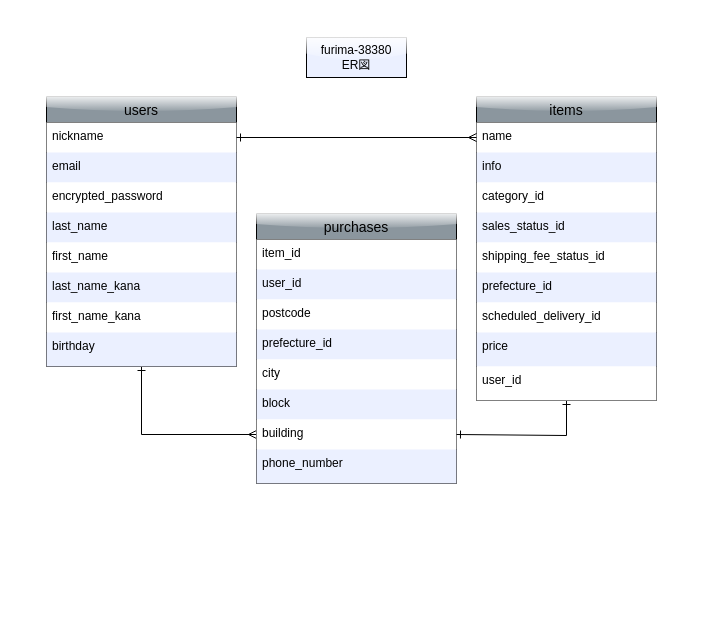
Before: furima.dio in shota13138380/furima-38380, a draw.io diagram. Source tidied: cells renumbered, new cells numbered last; positions are measured from the earlier drawing's top-left corner, leaving out a move shared by most shapes. Both pictures are drawn from the tidied source at 100%, with x=0, y=0 at pixel (17, 17).
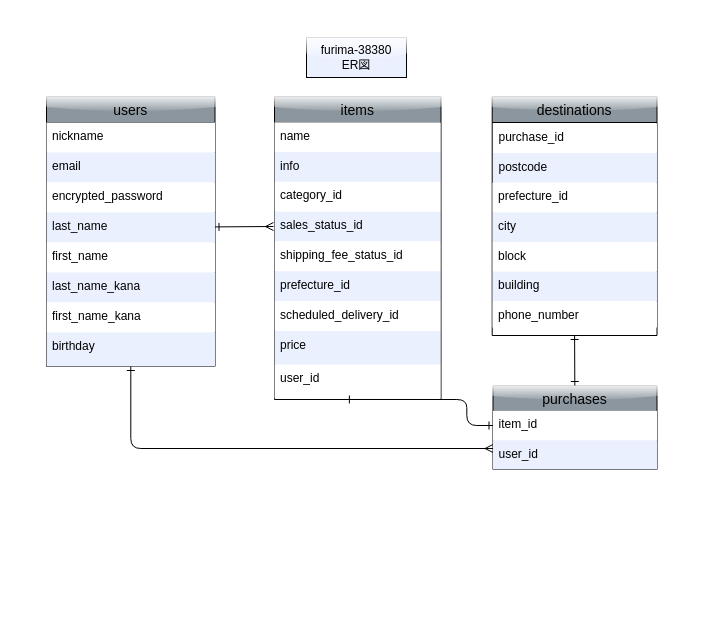
The same diagram, later.

The edit, as a diff of the source:
```diff
@@
-<mxGraphModel background="#FFFFFF">
+<mxGraphModel background="#ffffff">
@@
     <mxCell id="2" style="group;" parent="1" vertex="1">
-      <mxGeometry x="-0.5" width="679" height="500" as="geometry" />
+      <mxGeometry x="-0.5" width="679" height="605" as="geometry" />
     </mxCell>
+    <mxCell id="36" style="group;" parent="2" vertex="1">
+      <mxGeometry width="679" height="500" as="geometry" />
+    </mxCell>
-    <mxCell id="3" style="rounded=0;whiteSpace=wrap;html=1;shadow=0;glass=1;fontColor=#000000;strokeColor=none;fillColor=none;gradientColor=none;" parent="2" vertex="1">
-      <mxGeometry width="679" height="500" as="geometry" />
+    <mxCell id="3" style="rounded=0;whiteSpace=wrap;html=1;shadow=0;glass=1;fontColor=#000000;strokeColor=none;fillColor=none;gradientColor=none;" parent="36" vertex="1">
+      <mxGeometry width="670" height="484" as="geometry" />
     </mxCell>
+    <mxCell id="8" value="furima-38380&lt;br&gt;ER図" style="whiteSpace=wrap;html=1;align=center;rounded=0;shadow=0;glass=1;fontColor=#000000;strokeColor=#000000;fillColor=#EBF0FF;gradientColor=none;" parent="36" vertex="1">
+      <mxGeometry x="289.5" y="20" width="100" height="40" as="geometry" />
+    </mxCell>
+    <mxCell id="37" style="group;" parent="36" vertex="1">
+      <mxGeometry x="473.5" y="79" width="166.5" height="241" as="geometry" />
+    </mxCell>
+    <mxCell id="5" value="destinations" style="swimlane;fontStyle=0;horizontal=1;startSize=26;align=center;fontSize=14;rounded=0;shadow=0;glass=1;fillColor=#8B969E;fontColor=#000000;strokeColor=#000000;" parent="37" vertex="1">
+      <mxGeometry x="1.7" width="164.8" height="239" as="geometry" />
+    </mxCell>
+    <mxCell id="38" style="group;" parent="36" vertex="1">
+      <mxGeometry x="476" y="368" width="164" height="84" as="geometry" />
+    </mxCell>
+    <mxCell id="39" value="purchases" style="swimlane;fontStyle=0;horizontal=1;startSize=26;align=center;fontSize=14;rounded=0;shadow=0;glass=1;fillColor=#8B969E;fontColor=#000000;strokeColor=#000000;" parent="38" vertex="1">
+      <mxGeometry width="164" height="84" as="geometry" />
+    </mxCell>
+    <mxCell id="40" value="item_id" style="text;strokeColor=none;fillColor=#ffffff;spacingLeft=4;spacingRight=4;overflow=hidden;points=[[0,0.5],[1,0.5]];portConstraint=eastwest;fontSize=12;fontColor=#000000;rounded=0;" parent="38" vertex="1">
+      <mxGeometry y="25.4" width="164" height="29.3" as="geometry" />
+    </mxCell>
+    <mxCell id="41" value="user_id" style="text;strokeColor=none;fillColor=#EBF0FF;spacingLeft=4;spacingRight=4;overflow=hidden;fontSize=12;fontColor=#000000;gradientColor=none;rounded=0;" parent="38" vertex="1">
+      <mxGeometry y="54.7" width="164" height="29.3" as="geometry" />
+    </mxCell>
+    <mxCell id="42" style="group;" parent="36" vertex="1">
+      <mxGeometry x="29.5" y="79" width="168.5" height="270" as="geometry" />
+    </mxCell>
-    <mxCell id="4" value="users" style="swimlane;fontStyle=0;horizontal=1;startSize=26;align=center;fontSize=14;fillColor=#8B969E;strokeColor=#000000;rounded=0;shadow=0;glass=1;fontColor=#000000;" parent="2" vertex="1">
-      <mxGeometry x="29.5" y="79" width="190" height="270" as="geometry" />
+    <mxCell id="4" value="users" style="swimlane;fontStyle=0;horizontal=1;startSize=26;align=center;fontSize=14;fillColor=#8B969E;strokeColor=#000000;rounded=0;shadow=0;glass=1;fontColor=#000000;" parent="42" vertex="1">
+      <mxGeometry width="168.5" height="270" as="geometry" />
     </mxCell>
-    <mxCell id="5" value="purchases" style="swimlane;fontStyle=0;horizontal=1;startSize=26;align=center;fontSize=14;rounded=0;shadow=0;glass=1;fillColor=#8B969E;fontColor=#000000;strokeColor=#000000;" parent="2" vertex="1">
-      <mxGeometry x="239.5" y="196" width="200" height="270" as="geometry" />
-    </mxCell>
-    <mxCell id="6" style="edgeStyle=orthogonalEdgeStyle;html=1;fontColor=#000000;startArrow=ERone;startFill=0;endArrow=ERmany;endFill=0;strokeColor=#000000;strokeWidth=1;entryX=0;entryY=0.5;entryDx=0;entryDy=0;rounded=0;" parent="2" edge="1" source="4" target="23">
-      <mxGeometry relative="1" as="geometry" />
-    </mxCell>
-    <mxCell id="7" value="items" style="swimlane;fontStyle=0;horizontal=1;startSize=26;align=center;fontSize=14;glass=1;rounded=0;fillColor=#8B969E;fontColor=#000000;strokeColor=#000000;" parent="2" vertex="1">
-      <mxGeometry x="459.5" y="79" width="180" height="304" as="geometry" />
-    </mxCell>
-    <mxCell id="8" value="furima-38380&lt;br&gt;ER図" style="whiteSpace=wrap;html=1;align=center;rounded=0;shadow=0;glass=1;fontColor=#000000;strokeColor=#000000;fillColor=#EBF0FF;gradientColor=none;" parent="2" vertex="1">
-      <mxGeometry x="289.5" y="20" width="100" height="40" as="geometry" />
-    </mxCell>
-    <mxCell id="9" value="nickname" style="text;strokeColor=none;fillColor=#ffffff;spacingLeft=4;spacingRight=4;overflow=hidden;points=[[0,0.5],[1,0.5]];portConstraint=eastwest;fontSize=12;fontColor=#000000;rounded=0;" parent="2" vertex="1">
-      <mxGeometry x="29.5" y="105" width="190" height="30" as="geometry" />
+    <mxCell id="9" value="nickname" style="text;strokeColor=none;fillColor=#ffffff;spacingLeft=4;spacingRight=4;overflow=hidden;points=[[0,0.5],[1,0.5]];portConstraint=eastwest;fontSize=12;fontColor=#000000;rounded=0;" parent="42" vertex="1">
+      <mxGeometry y="26" width="168.5" height="30" as="geometry" />
     </mxCell>
-    <mxCell id="10" value="email" style="text;strokeColor=none;fillColor=#EBF0FF;spacingLeft=4;spacingRight=4;overflow=hidden;fontSize=12;fontColor=#000000;rounded=0;" parent="2" vertex="1">
-      <mxGeometry x="29.5" y="135" width="190" height="30" as="geometry" />
+    <mxCell id="10" value="email" style="text;strokeColor=none;fillColor=#EBF0FF;spacingLeft=4;spacingRight=4;overflow=hidden;fontSize=12;fontColor=#000000;rounded=0;" parent="42" vertex="1">
+      <mxGeometry y="56" width="168.5" height="30" as="geometry" />
     </mxCell>
-    <mxCell id="11" value="encrypted_password" style="text;strokeColor=none;fillColor=#ffffff;spacingLeft=4;spacingRight=4;overflow=hidden;fontSize=12;fontColor=#000000;rounded=0;" parent="2" vertex="1">
-      <mxGeometry x="29.5" y="165" width="190" height="30" as="geometry" />
+    <mxCell id="11" value="encrypted_password" style="text;strokeColor=none;fillColor=#ffffff;spacingLeft=4;spacingRight=4;overflow=hidden;fontSize=12;fontColor=#000000;rounded=0;" parent="42" vertex="1">
+      <mxGeometry y="86" width="168.5" height="30" as="geometry" />
     </mxCell>
-    <mxCell id="12" value="last_name" style="text;strokeColor=none;fillColor=#EBF0FF;spacingLeft=4;spacingRight=4;overflow=hidden;points=[[0,0.5],[1,0.5]];portConstraint=eastwest;fontSize=12;fontColor=#000000;rounded=0;" parent="2" vertex="1">
-      <mxGeometry x="29.5" y="195" width="190" height="30" as="geometry" />
+    <mxCell id="12" value="last_name" style="text;strokeColor=none;fillColor=#EBF0FF;spacingLeft=4;spacingRight=4;overflow=hidden;points=[[0,0.5],[1,0.5]];portConstraint=eastwest;fontSize=12;fontColor=#000000;rounded=0;" parent="42" vertex="1">
+      <mxGeometry y="116" width="168.5" height="30" as="geometry" />
     </mxCell>
-    <mxCell id="13" value="first_name" style="text;strokeColor=none;fillColor=#ffffff;spacingLeft=4;spacingRight=4;overflow=hidden;fontSize=12;fontColor=#000000;rounded=0;" parent="2" vertex="1">
-      <mxGeometry x="29.5" y="225" width="190" height="30" as="geometry" />
+    <mxCell id="13" value="first_name" style="text;strokeColor=none;fillColor=#ffffff;spacingLeft=4;spacingRight=4;overflow=hidden;fontSize=12;fontColor=#000000;rounded=0;" parent="42" vertex="1">
+      <mxGeometry y="146" width="168.5" height="30" as="geometry" />
     </mxCell>
-    <mxCell id="14" value="last_name_kana" style="text;strokeColor=none;fillColor=#EBF0FF;spacingLeft=4;spacingRight=4;overflow=hidden;fontSize=12;fontColor=#000000;rounded=0;" parent="2" vertex="1">
-      <mxGeometry x="29.5" y="255" width="190" height="30" as="geometry" />
+    <mxCell id="14" value="last_name_kana" style="text;strokeColor=none;fillColor=#EBF0FF;spacingLeft=4;spacingRight=4;overflow=hidden;fontSize=12;fontColor=#000000;rounded=0;" parent="42" vertex="1">
+      <mxGeometry y="176" width="168.5" height="30" as="geometry" />
     </mxCell>
-    <mxCell id="15" value="first_name_kana" style="text;strokeColor=none;fillColor=#ffffff;spacingLeft=4;spacingRight=4;overflow=hidden;fontSize=12;fontColor=#000000;rounded=0;" parent="2" vertex="1">
-      <mxGeometry x="29.5" y="285" width="190" height="30" as="geometry" />
+    <mxCell id="15" value="first_name_kana" style="text;strokeColor=none;fillColor=#ffffff;spacingLeft=4;spacingRight=4;overflow=hidden;fontSize=12;fontColor=#000000;rounded=0;" parent="42" vertex="1">
+      <mxGeometry y="206" width="168.5" height="30" as="geometry" />
     </mxCell>
-    <mxCell id="16" value="birthday" style="text;strokeColor=none;fillColor=#EBF0FF;spacingLeft=4;spacingRight=4;overflow=hidden;fontSize=12;fontColor=#000000;rounded=0;" parent="2" vertex="1">
-      <mxGeometry x="29.5" y="315" width="190" height="34" as="geometry" />
+    <mxCell id="16" value="birthday" style="text;strokeColor=none;fillColor=#EBF0FF;spacingLeft=4;spacingRight=4;overflow=hidden;fontSize=12;fontColor=#000000;rounded=0;" parent="42" vertex="1">
+      <mxGeometry y="236" width="168.5" height="34" as="geometry" />
     </mxCell>
-    <mxCell id="17" value="item_id" style="text;strokeColor=none;fillColor=#ffffff;spacingLeft=4;spacingRight=4;overflow=hidden;fontSize=12;fontColor=#000000;rounded=0;" parent="2" vertex="1">
-      <mxGeometry x="239.5" y="222" width="200" height="30" as="geometry" />
-    </mxCell>
-    <mxCell id="18" value="user_id" style="text;strokeColor=none;fillColor=#EBF0FF;spacingLeft=4;spacingRight=4;overflow=hidden;fontSize=12;fontColor=#000000;gradientColor=none;rounded=0;" parent="2" vertex="1">
-      <mxGeometry x="239.5" y="252" width="200" height="30" as="geometry" />
-    </mxCell>
-    <mxCell id="19" value="postcode" style="text;strokeColor=none;fillColor=#ffffff;spacingLeft=4;spacingRight=4;overflow=hidden;fontSize=12;fontColor=#000000;rounded=0;" parent="2" vertex="1">
-      <mxGeometry x="239.5" y="282" width="200" height="30" as="geometry" />
-    </mxCell>
-    <mxCell id="20" value="prefecture_id" style="text;strokeColor=none;fillColor=#EBF0FF;spacingLeft=4;spacingRight=4;overflow=hidden;fontSize=12;fontColor=#000000;gradientColor=none;rounded=0;" parent="2" vertex="1">
-      <mxGeometry x="239.5" y="312" width="200" height="30" as="geometry" />
-    </mxCell>
-    <mxCell id="21" value="city" style="text;strokeColor=none;fillColor=#ffffff;spacingLeft=4;spacingRight=4;overflow=hidden;fontSize=12;fontColor=#000000;rounded=0;" parent="2" vertex="1">
-      <mxGeometry x="239.5" y="342" width="200" height="30" as="geometry" />
-    </mxCell>
-    <mxCell id="22" value="block" style="text;strokeColor=none;fillColor=#EBF0FF;spacingLeft=4;spacingRight=4;overflow=hidden;fontSize=12;fontColor=#000000;gradientColor=none;rounded=0;" parent="2" vertex="1">
-      <mxGeometry x="239.5" y="372" width="200" height="30" as="geometry" />
-    </mxCell>
-    <mxCell id="23" value="building" style="text;strokeColor=none;fillColor=#ffffff;spacingLeft=4;spacingRight=4;overflow=hidden;points=[[0,0.5],[1,0.5]];portConstraint=eastwest;fontSize=12;fontColor=#000000;rounded=0;" parent="2" vertex="1">
-      <mxGeometry x="239.5" y="402" width="200" height="30" as="geometry" />
-    </mxCell>
-    <mxCell id="24" style="edgeStyle=orthogonalEdgeStyle;html=1;fontColor=#000000;startArrow=ERone;startFill=0;endArrow=ERone;endFill=0;strokeColor=#000000;strokeWidth=1;entryX=1;entryY=0.5;entryDx=0;entryDy=0;rounded=0;" parent="2" edge="1" source="7" target="23">
-      <mxGeometry relative="1" as="geometry">
-        <Array as="points">
-          <mxPoint x="549.5" y="418" />
-        </Array>
-      </mxGeometry>
-    </mxCell>
-    <mxCell id="25" value="phone_number" style="text;strokeColor=none;fillColor=#EBF0FF;spacingLeft=4;spacingRight=4;overflow=hidden;fontSize=12;fontColor=#000000;gradientColor=none;rounded=0;" parent="2" vertex="1">
-      <mxGeometry x="239.5" y="432" width="200" height="34" as="geometry" />
-    </mxCell>
+    <mxCell id="43" style="group;" parent="36" vertex="1">
+      <mxGeometry x="257.5" y="79" width="166.5" height="303" as="geometry" />
+    </mxCell>
+    <mxCell id="7" value="items" style="swimlane;fontStyle=0;horizontal=1;startSize=26;align=center;fontSize=14;glass=1;rounded=0;fillColor=#8B969E;fontColor=#000000;strokeColor=#000000;" parent="43" vertex="1">
+      <mxGeometry width="166.5" height="303" as="geometry" />
+    </mxCell>
-    <mxCell id="26" value="name" style="text;strokeColor=none;fillColor=#FFFFFF;spacingLeft=4;spacingRight=4;overflow=hidden;points=[[0,0.5],[1,0.5]];portConstraint=eastwest;fontSize=12;fontColor=#000000;rounded=0;" parent="2" vertex="1">
-      <mxGeometry x="459.5" y="105" width="180" height="30" as="geometry" />
+    <mxCell id="26" value="name" style="text;strokeColor=none;fillColor=#FFFFFF;spacingLeft=4;spacingRight=4;overflow=hidden;points=[[0,0.5],[1,0.5]];portConstraint=eastwest;fontSize=12;fontColor=#000000;rounded=0;" parent="43" vertex="1">
+      <mxGeometry y="25.8" width="166" height="29.8" as="geometry" />
     </mxCell>
-    <mxCell id="27" style="html=1;startArrow=ERone;startFill=0;endArrow=ERmany;endFill=0;exitX=1;exitY=0.5;exitDx=0;exitDy=0;entryX=0;entryY=0.5;entryDx=0;entryDy=0;strokeWidth=1;strokeColor=#000000;rounded=0;" parent="2" edge="1" source="9" target="26">
-      <mxGeometry relative="1" as="geometry" />
-    </mxCell>
-    <mxCell id="28" value="info" style="text;strokeColor=none;fillColor=#EBF0FF;spacingLeft=4;spacingRight=4;overflow=hidden;fontSize=12;fontColor=#000000;rounded=0;" parent="2" vertex="1">
-      <mxGeometry x="459.5" y="135" width="180" height="30" as="geometry" />
+    <mxCell id="28" value="info" style="text;strokeColor=none;fillColor=#EBF0FF;spacingLeft=4;spacingRight=4;overflow=hidden;fontSize=12;fontColor=#000000;rounded=0;" parent="43" vertex="1">
+      <mxGeometry y="55.6" width="166" height="29.8" as="geometry" />
     </mxCell>
-    <mxCell id="29" value="category_id" style="text;strokeColor=none;fillColor=#FFFFFF;spacingLeft=4;spacingRight=4;overflow=hidden;fontSize=12;fontColor=#000000;rounded=0;" parent="2" vertex="1">
-      <mxGeometry x="459.5" y="165" width="180" height="30" as="geometry" />
+    <mxCell id="29" value="category_id" style="text;strokeColor=none;fillColor=#FFFFFF;spacingLeft=4;spacingRight=4;overflow=hidden;fontSize=12;fontColor=#000000;rounded=0;" parent="43" vertex="1">
+      <mxGeometry y="85.4" width="166" height="29.8" as="geometry" />
     </mxCell>
-    <mxCell id="30" value="sales_status_id" style="text;strokeColor=none;fillColor=#EBF0FF;spacingLeft=4;spacingRight=4;overflow=hidden;fontSize=12;fontColor=#000000;rounded=0;" parent="2" vertex="1">
-      <mxGeometry x="459.5" y="195" width="180" height="30" as="geometry" />
+    <mxCell id="30" value="sales_status_id" style="text;strokeColor=none;fillColor=#EBF0FF;spacingLeft=4;spacingRight=4;overflow=hidden;fontSize=12;fontColor=#000000;rounded=0;" parent="43" vertex="1">
+      <mxGeometry y="115.2" width="166" height="29.8" as="geometry" />
     </mxCell>
-    <mxCell id="31" value="shipping_fee_status_id" style="text;strokeColor=none;fillColor=#FFFFFF;spacingLeft=4;spacingRight=4;overflow=hidden;fontSize=12;fontColor=#000000;rounded=0;" parent="2" vertex="1">
-      <mxGeometry x="459.5" y="225" width="180" height="30" as="geometry" />
+    <mxCell id="31" value="shipping_fee_status_id" style="text;strokeColor=none;fillColor=#FFFFFF;spacingLeft=4;spacingRight=4;overflow=hidden;fontSize=12;fontColor=#000000;rounded=0;" parent="43" vertex="1">
+      <mxGeometry y="145" width="166" height="29.8" as="geometry" />
     </mxCell>
-    <mxCell id="32" value="prefecture_id" style="text;strokeColor=none;fillColor=#EBF0FF;spacingLeft=4;spacingRight=4;overflow=hidden;fontSize=12;fontColor=#000000;rounded=0;" parent="2" vertex="1">
-      <mxGeometry x="459.5" y="255" width="180" height="30" as="geometry" />
+    <mxCell id="32" value="prefecture_id" style="text;strokeColor=none;fillColor=#EBF0FF;spacingLeft=4;spacingRight=4;overflow=hidden;fontSize=12;fontColor=#000000;rounded=0;" parent="43" vertex="1">
+      <mxGeometry y="174.8" width="166" height="29.8" as="geometry" />
     </mxCell>
-    <mxCell id="33" value="scheduled_delivery_id" style="text;strokeColor=none;fillColor=#FFFFFF;spacingLeft=4;spacingRight=4;overflow=hidden;fontSize=12;fontColor=#000000;rounded=0;" parent="2" vertex="1">
-      <mxGeometry x="459.5" y="285" width="180" height="30" as="geometry" />
+    <mxCell id="33" value="scheduled_delivery_id" style="text;strokeColor=none;fillColor=#FFFFFF;spacingLeft=4;spacingRight=4;overflow=hidden;fontSize=12;fontColor=#000000;rounded=0;" parent="43" vertex="1">
+      <mxGeometry y="204.6" width="166" height="29.8" as="geometry" />
     </mxCell>
-    <mxCell id="34" value="price" style="text;strokeColor=none;fillColor=#EBF0FF;spacingLeft=4;spacingRight=4;overflow=hidden;fontSize=12;fontColor=#000000;rounded=0;" parent="2" vertex="1">
-      <mxGeometry x="459.5" y="315" width="180" height="34" as="geometry" />
+    <mxCell id="34" value="price" style="text;strokeColor=none;fillColor=#EBF0FF;spacingLeft=4;spacingRight=4;overflow=hidden;fontSize=12;fontColor=#000000;rounded=0;" parent="43" vertex="1">
+      <mxGeometry y="234.5" width="166" height="33.8" as="geometry" />
     </mxCell>
-    <mxCell id="35" value="user_id" style="text;strokeColor=none;fillColor=#FFFFFF;spacingLeft=4;spacingRight=4;overflow=hidden;points=[[0,0.5],[1,0.5]];portConstraint=eastwest;fontSize=12;fontColor=#000000;rounded=0;" parent="2" vertex="1">
-      <mxGeometry x="459.5" y="349" width="180" height="34" as="geometry" />
+    <mxCell id="35" value="user_id" style="text;strokeColor=none;fillColor=#FFFFFF;spacingLeft=4;spacingRight=4;overflow=hidden;points=[[0,0.5],[1,0.5]];portConstraint=eastwest;fontSize=12;fontColor=#000000;rounded=0;" parent="43" vertex="1">
+      <mxGeometry y="268.2" width="166" height="33.8" as="geometry" />
     </mxCell>
+    <mxCell id="44" style="edgeStyle=none;html=1;strokeColor=#000000;endArrow=ERmany;endFill=0;startArrow=ERone;startFill=0;" parent="36" edge="1" source="12">
+      <mxGeometry relative="1" as="geometry">
+        <mxPoint x="256.5" y="209" as="targetPoint" />
+      </mxGeometry>
+    </mxCell>
+    <mxCell id="17" value="purchase_id" style="text;strokeColor=none;fillColor=#ffffff;spacingLeft=4;spacingRight=4;overflow=hidden;fontSize=12;fontColor=#000000;rounded=0;" parent="36" vertex="1">
+      <mxGeometry x="476" y="106" width="164" height="29.6" as="geometry" />
+    </mxCell>
+    <mxCell id="18" value="postcode" style="text;strokeColor=none;fillColor=#EBF0FF;spacingLeft=4;spacingRight=4;overflow=hidden;fontSize=12;fontColor=#000000;gradientColor=none;rounded=0;" parent="36" vertex="1">
+      <mxGeometry x="476" y="135.6" width="164" height="29.6" as="geometry" />
+    </mxCell>
+    <mxCell id="19" value="prefecture_id" style="text;strokeColor=none;fillColor=#ffffff;spacingLeft=4;spacingRight=4;overflow=hidden;fontSize=12;fontColor=#000000;rounded=0;" parent="36" vertex="1">
+      <mxGeometry x="475.5" y="165.3" width="164.5" height="29.6" as="geometry" />
+    </mxCell>
+    <mxCell id="20" value="city" style="text;strokeColor=none;fillColor=#EBF0FF;spacingLeft=4;spacingRight=4;overflow=hidden;fontSize=12;fontColor=#000000;gradientColor=none;rounded=0;" parent="36" vertex="1">
+      <mxGeometry x="475.5" y="194.9" width="164.5" height="29.6" as="geometry" />
+    </mxCell>
+    <mxCell id="21" value="block" style="text;strokeColor=none;fillColor=#ffffff;spacingLeft=4;spacingRight=4;overflow=hidden;fontSize=12;fontColor=#000000;rounded=0;" parent="36" vertex="1">
+      <mxGeometry x="475.5" y="224.5" width="164.5" height="29.6" as="geometry" />
+    </mxCell>
+    <mxCell id="22" value="building" style="text;strokeColor=none;fillColor=#EBF0FF;spacingLeft=4;spacingRight=4;overflow=hidden;fontSize=12;fontColor=#000000;gradientColor=none;rounded=0;" parent="36" vertex="1">
+      <mxGeometry x="475.5" y="254.1" width="164.5" height="29.6" as="geometry" />
+    </mxCell>
+    <mxCell id="23" value="phone_number" style="text;strokeColor=none;fillColor=#ffffff;spacingLeft=4;spacingRight=4;overflow=hidden;points=[[0,0.5],[1,0.5]];portConstraint=eastwest;fontSize=12;fontColor=#000000;rounded=0;" parent="36" vertex="1">
+      <mxGeometry x="475.5" y="283.8" width="164.5" height="26.2" as="geometry" />
+    </mxCell>
+    <mxCell id="45" style="edgeStyle=none;html=1;entryX=0.5;entryY=1;entryDx=0;entryDy=0;startArrow=ERone;startFill=0;endArrow=ERone;endFill=0;strokeColor=#000000;" parent="36" edge="1" source="39" target="5">
+      <mxGeometry relative="1" as="geometry" />
+    </mxCell>
+    <mxCell id="46" style="edgeStyle=orthogonalEdgeStyle;html=1;startArrow=ERone;startFill=0;endArrow=ERone;endFill=0;strokeColor=#000000;entryX=0.427;entryY=1.029;entryDx=0;entryDy=0;entryPerimeter=0;" parent="36" edge="1" source="40" target="35">
+      <mxGeometry relative="1" as="geometry" />
+    </mxCell>
+    <mxCell id="47" style="edgeStyle=orthogonalEdgeStyle;html=1;entryX=0;entryY=0.75;entryDx=0;entryDy=0;startArrow=ERone;startFill=0;endArrow=ERmany;endFill=0;strokeColor=#000000;" parent="36" edge="1" source="4" target="39">
+      <mxGeometry relative="1" as="geometry">
+        <Array as="points">
+          <mxPoint x="114" y="431" />
+        </Array>
+      </mxGeometry>
+    </mxCell>
```
